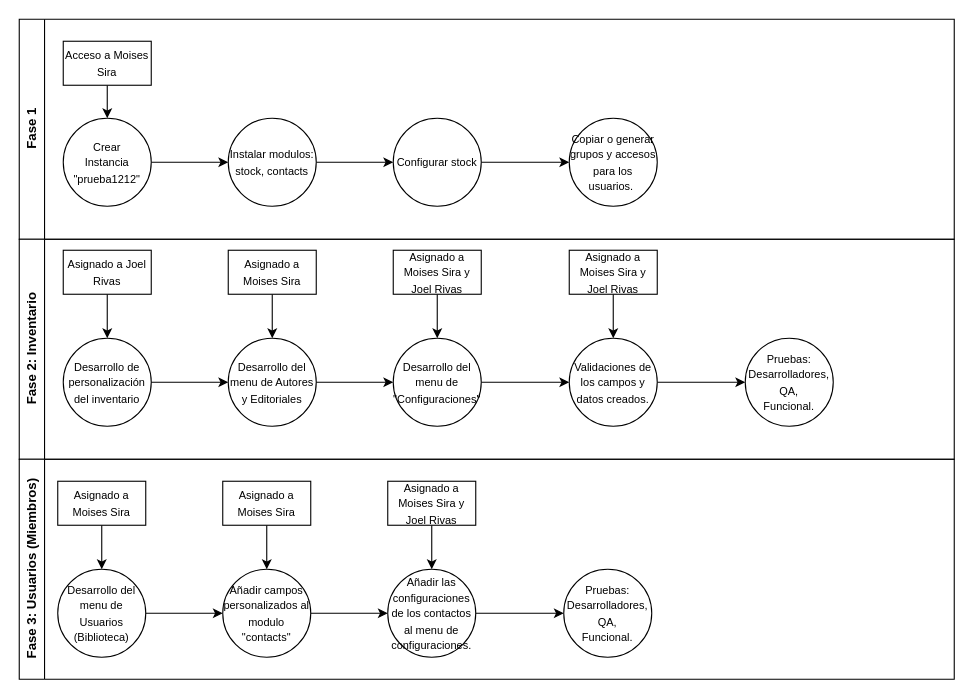
KoiShark/practice_mod keeps this draw.io diagram as MFM_planning.drawio. Above is the earlier version. Source tidied: cells renumbered, new cells numbered last; positions are measured from the earlier drawing's top-left corner, leaving out a move shared by most shapes. Both pictures are drawn from the tidied source at 110%, with x=0, y=0 at pixel (19, 19).
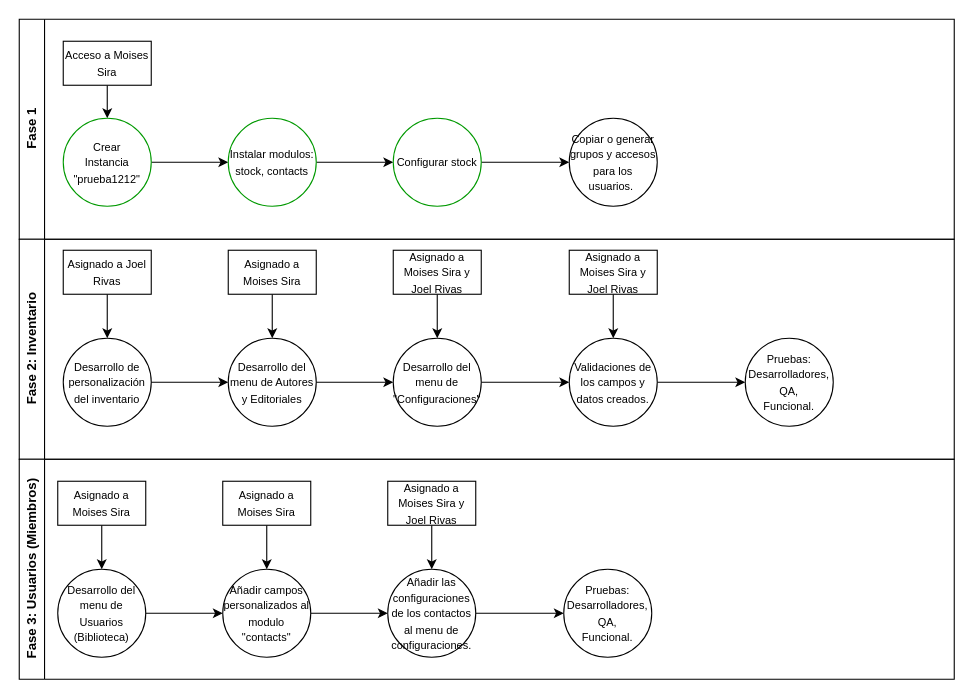
The same diagram, later.

The change refers to these unchanged cells:
```xml
<mxCell id="2" value="Fase 1" style="swimlane;horizontal=0;whiteSpace=wrap;html=1;" parent="1" vertex="1">
  <mxGeometry width="850" height="200" as="geometry" />
</mxCell>
```

What changed in the source:
```diff
@@
-    <mxCell id="5" value="&lt;font style=&quot;font-size: 10px;&quot;&gt;Crear&lt;br&gt;Instancia&lt;br&gt;&quot;prueba1212&quot;&lt;/font&gt;" style="ellipse;whiteSpace=wrap;html=1;" parent="2" vertex="1">
+    <mxCell id="5" value="&lt;font style=&quot;font-size: 10px;&quot;&gt;Crear&lt;br&gt;Instancia&lt;br&gt;&quot;prueba1212&quot;&lt;/font&gt;" style="ellipse;whiteSpace=wrap;html=1;strokeColor=#009900;" parent="2" vertex="1">
       <mxGeometry x="40" y="90" width="80" height="80" as="geometry" />
     </mxCell>
@@
-    <mxCell id="7" value="&lt;font style=&quot;font-size: 10px;&quot;&gt;Instalar modulos:&lt;br&gt;stock, contacts&lt;/font&gt;" style="ellipse;whiteSpace=wrap;html=1;" parent="2" vertex="1">
+    <mxCell id="7" value="&lt;font style=&quot;font-size: 10px;&quot;&gt;Instalar modulos:&lt;br&gt;stock, contacts&lt;/font&gt;" style="ellipse;whiteSpace=wrap;html=1;strokeColor=#009900;" parent="2" vertex="1">
       <mxGeometry x="190" y="90" width="80" height="80" as="geometry" />
     </mxCell>
@@
-    <mxCell id="9" value="&lt;font style=&quot;font-size: 10px;&quot;&gt;Configurar stock&lt;/font&gt;" style="ellipse;whiteSpace=wrap;html=1;" parent="2" vertex="1">
+    <mxCell id="9" value="&lt;font style=&quot;font-size: 10px;&quot;&gt;Configurar stock&lt;/font&gt;" style="ellipse;whiteSpace=wrap;html=1;strokeColor=#009900;" parent="2" vertex="1">
       <mxGeometry x="340" y="90" width="80" height="80" as="geometry" />
     </mxCell>
```
